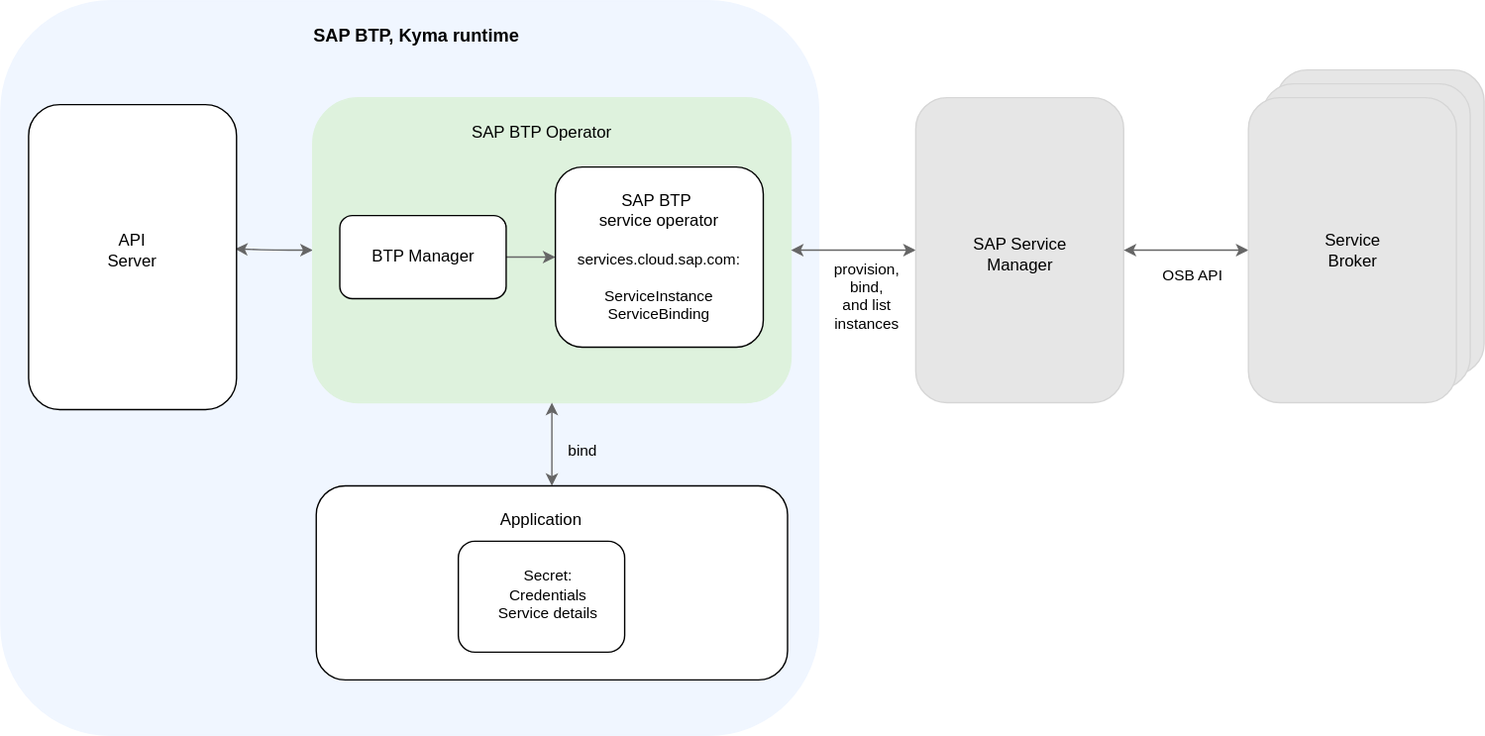
The draw.io diagram docs/assets/BtpOperator_architecture.drawio.svg in kyma-project/btp-manager, before a commit. Source tidied: cells renumbered, new cells last; positions are measured from the earlier drawing's top-left corner, leaving out a move shared by most shapes.
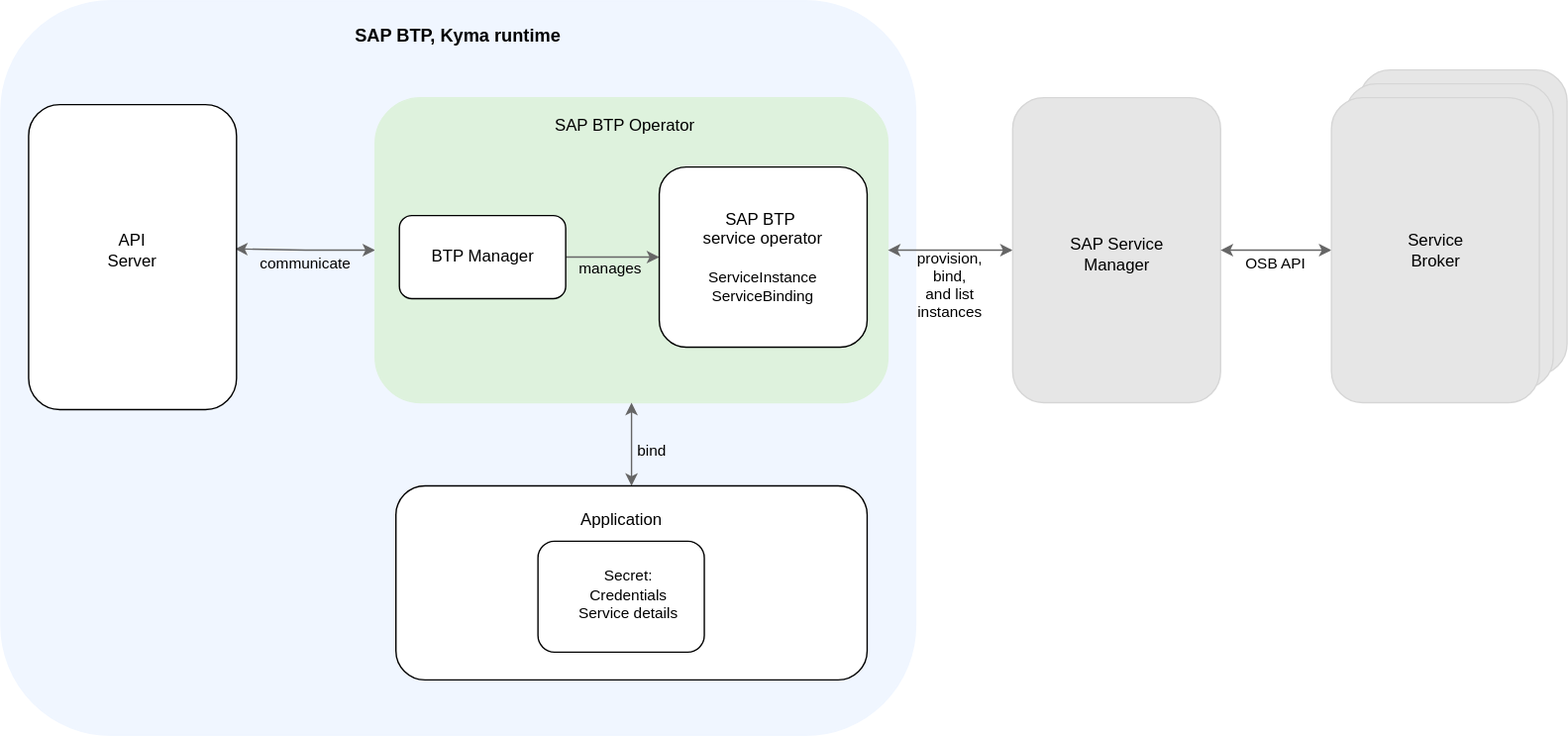
The same diagram one commit later.

The edit, as a diff of the source:
```diff
@@ -3,25 +3,25 @@
     <mxCell id="0" />
     <mxCell id="1" parent="0" />
     <mxCell id="2" style="rounded=1;whiteSpace=wrap;html=1;strokeColor=#d6d6d6;fillColor=#e6e6e6;" parent="1" vertex="1">
-      <mxGeometry x="920" y="50" width="150" height="220" as="geometry" />
+      <mxGeometry x="930" y="50" width="150" height="220" as="geometry" />
     </mxCell>
     <mxCell id="3" style="rounded=1;whiteSpace=wrap;html=1;strokeColor=#d6d6d6;fillColor=#e6e6e6;" parent="1" vertex="1">
-      <mxGeometry x="910" y="60" width="150" height="220" as="geometry" />
+      <mxGeometry x="920" y="60" width="150" height="220" as="geometry" />
     </mxCell>
     <mxCell id="4" style="rounded=1;whiteSpace=wrap;html=1;fillColor=#f0f6ff;strokeColor=#f0f6ff;" parent="1" vertex="1">
-      <mxGeometry width="590" height="530" as="geometry" />
+      <mxGeometry x="-50" width="660" height="530" as="geometry" />
     </mxCell>
     <mxCell id="5" value="&lt;b&gt;&lt;font style=&quot;font-size: 13px;&quot;&gt;SAP BTP, Kyma runtime&lt;/font&gt;&lt;/b&gt;" style="text;html=1;align=center;verticalAlign=middle;whiteSpace=wrap;rounded=0;" parent="1" vertex="1">
-      <mxGeometry x="220.9" y="10" width="158.1" height="30" as="geometry" />
+      <mxGeometry x="200.9" y="10" width="158.1" height="30" as="geometry" />
     </mxCell>
     <mxCell id="6" style="edgeStyle=orthogonalEdgeStyle;rounded=1;jettySize=auto;html=1;startArrow=classic;startFill=1;curved=0;strokeColor=#666666;entryX=0.993;entryY=0.473;entryDx=0;entryDy=0;entryPerimeter=0;" parent="1" edge="1" source="7" target="25">
       <mxGeometry relative="1" as="geometry" />
     </mxCell>
     <mxCell id="7" style="rounded=1;whiteSpace=wrap;html=1;fillColor=#def2dd;strokeColor=#def2dd;" parent="1" vertex="1">
-      <mxGeometry x="225" y="70" width="345" height="220" as="geometry" />
+      <mxGeometry x="220" y="70" width="370" height="220" as="geometry" />
     </mxCell>
     <mxCell id="8" value="SAP BTP Operator" style="text;html=1;align=center;verticalAlign=middle;whiteSpace=wrap;rounded=0;" parent="1" vertex="1">
-      <mxGeometry x="334.5" y="80" width="111" height="30" as="geometry" />
+      <mxGeometry x="344.5" y="75" width="111" height="30" as="geometry" />
     </mxCell>
     <mxCell id="9" value="Text" style="text;html=1;align=center;verticalAlign=middle;whiteSpace=wrap;rounded=0;" parent="1" vertex="1">
       <mxGeometry x="274.5" y="145" width="60" height="30" as="geometry" />
@@ -30,25 +30,25 @@
       <mxGeometry relative="1" as="geometry" />
     </mxCell>
     <mxCell id="11" value="BTP Manager" style="rounded=1;whiteSpace=wrap;html=1;" parent="1" vertex="1">
-      <mxGeometry x="244.5" y="155" width="120" height="60" as="geometry" />
+      <mxGeometry x="237.5" y="155" width="120" height="60" as="geometry" />
     </mxCell>
-    <mxCell id="12" value="SAP BTP&amp;nbsp;&lt;div&gt;service operator&lt;/div&gt;&lt;div&gt;&lt;br&gt;&lt;/div&gt;&lt;div style=&quot;font-size: 11px;&quot;&gt;&lt;font style=&quot;font-size: 11px;&quot;&gt;services.cloud.sap.com:&lt;/font&gt;&lt;/div&gt;&lt;div style=&quot;font-size: 11px;&quot;&gt;&lt;font style=&quot;font-size: 11px;&quot;&gt;&lt;br&gt;&lt;/font&gt;&lt;/div&gt;&lt;div style=&quot;font-size: 11px;&quot;&gt;&lt;font style=&quot;font-size: 11px;&quot;&gt;ServiceInstance&lt;/font&gt;&lt;/div&gt;&lt;div style=&quot;font-size: 11px;&quot;&gt;&lt;font style=&quot;font-size: 11px;&quot;&gt;ServiceBinding&lt;/font&gt;&lt;/div&gt;" style="rounded=1;whiteSpace=wrap;html=1;" parent="1" vertex="1">
-      <mxGeometry x="400" y="120" width="150" height="130" as="geometry" />
+    <mxCell id="12" value="SAP BTP&amp;nbsp;&lt;div&gt;service operator&lt;/div&gt;&lt;div&gt;&lt;br&gt;&lt;/div&gt;&lt;div style=&quot;font-size: 11px;&quot;&gt;&lt;font style=&quot;font-size: 11px;&quot;&gt;ServiceInstance&lt;/font&gt;&lt;/div&gt;&lt;div style=&quot;font-size: 11px;&quot;&gt;&lt;font style=&quot;font-size: 11px;&quot;&gt;ServiceBinding&lt;/font&gt;&lt;/div&gt;" style="rounded=1;whiteSpace=wrap;html=1;" parent="1" vertex="1">
+      <mxGeometry x="425" y="120" width="150" height="130" as="geometry" />
     </mxCell>
     <mxCell id="13" style="edgeStyle=orthogonalEdgeStyle;rounded=1;jettySize=auto;html=1;startArrow=classic;startFill=1;curved=0;strokeColor=#666666;entryX=0.5;entryY=1;entryDx=0;entryDy=0;" parent="1" edge="1" source="14" target="7">
       <mxGeometry relative="1" as="geometry" />
     </mxCell>
     <mxCell id="14" style="rounded=1;whiteSpace=wrap;html=1;" parent="1" vertex="1">
-      <mxGeometry x="227.5" y="350" width="340" height="140" as="geometry" />
+      <mxGeometry x="235" y="350" width="340" height="140" as="geometry" />
     </mxCell>
     <mxCell id="15" value="Application" style="text;html=1;align=center;verticalAlign=middle;whiteSpace=wrap;rounded=0;" parent="1" vertex="1">
-      <mxGeometry x="360" y="360" width="60" height="30" as="geometry" />
+      <mxGeometry x="367.5" y="360" width="60" height="30" as="geometry" />
     </mxCell>
     <mxCell id="16" style="rounded=1;whiteSpace=wrap;html=1;" parent="1" vertex="1">
-      <mxGeometry x="330" y="390" width="120" height="80" as="geometry" />
+      <mxGeometry x="337.5" y="390" width="120" height="80" as="geometry" />
     </mxCell>
     <mxCell id="17" value="&lt;font style=&quot;font-size: 11px;&quot;&gt;Secret:&lt;/font&gt;&lt;div style=&quot;font-size: 11px;&quot;&gt;&lt;font style=&quot;font-size: 11px;&quot;&gt;Credentials&lt;/font&gt;&lt;/div&gt;&lt;div style=&quot;font-size: 11px;&quot;&gt;&lt;font style=&quot;font-size: 11px;&quot;&gt;Service details&lt;/font&gt;&lt;/div&gt;" style="text;html=1;align=center;verticalAlign=middle;whiteSpace=wrap;rounded=0;" parent="1" vertex="1">
-      <mxGeometry x="350" y="415" width="90" height="25" as="geometry" />
+      <mxGeometry x="357.5" y="415" width="90" height="25" as="geometry" />
     </mxCell>
     <mxCell id="18" value="&lt;font style=&quot;font-size: 11px;&quot;&gt;bind&lt;/font&gt;" style="text;html=1;align=center;verticalAlign=middle;whiteSpace=wrap;rounded=0;" parent="1" vertex="1">
       <mxGeometry x="390" y="310" width="60" height="30" as="geometry" />
@@ -57,31 +57,37 @@
       <mxGeometry relative="1" as="geometry" />
     </mxCell>
     <mxCell id="20" style="rounded=1;whiteSpace=wrap;html=1;strokeColor=#d6d6d6;fillColor=#e6e6e6;" parent="1" vertex="1">
-      <mxGeometry x="660" y="70" width="150" height="220" as="geometry" />
+      <mxGeometry x="680" y="70" width="150" height="220" as="geometry" />
     </mxCell>
     <mxCell id="21" value="&lt;font style=&quot;font-size: 11px;&quot;&gt;provision,&lt;/font&gt;&lt;div style=&quot;font-size: 11px;&quot;&gt;&lt;font style=&quot;font-size: 11px;&quot;&gt;bind,&lt;/font&gt;&lt;/div&gt;&lt;div style=&quot;font-size: 11px;&quot;&gt;&lt;font style=&quot;font-size: 11px;&quot;&gt;and list instances&lt;/font&gt;&lt;/div&gt;" style="text;html=1;align=center;verticalAlign=middle;whiteSpace=wrap;rounded=0;" parent="1" vertex="1">
-      <mxGeometry x="600" y="185" width="50" height="55" as="geometry" />
+      <mxGeometry x="610" y="177.5" width="50" height="55" as="geometry" />
     </mxCell>
     <mxCell id="22" style="edgeStyle=orthogonalEdgeStyle;rounded=1;jettySize=auto;html=1;startArrow=classic;startFill=1;curved=0;strokeColor=#666666;" parent="1" edge="1" source="23" target="20">
       <mxGeometry relative="1" as="geometry" />
     </mxCell>
     <mxCell id="23" style="rounded=1;whiteSpace=wrap;html=1;strokeColor=#d6d6d6;fillColor=#e6e6e6;" parent="1" vertex="1">
-      <mxGeometry x="900" y="70" width="150" height="220" as="geometry" />
+      <mxGeometry x="910" y="70" width="150" height="220" as="geometry" />
     </mxCell>
     <mxCell id="24" value="&lt;font style=&quot;font-size: 11px;&quot;&gt;OSB API&lt;/font&gt;" style="text;html=1;align=center;verticalAlign=middle;whiteSpace=wrap;rounded=0;" parent="1" vertex="1">
-      <mxGeometry x="820" y="185" width="80" height="25" as="geometry" />
+      <mxGeometry x="830" y="177.5" width="80" height="25" as="geometry" />
     </mxCell>
     <mxCell id="25" style="rounded=1;whiteSpace=wrap;html=1;" parent="1" vertex="1">
-      <mxGeometry x="20" y="75" width="150" height="220" as="geometry" />
+      <mxGeometry x="-30" y="75" width="150" height="220" as="geometry" />
     </mxCell>
     <mxCell id="26" value="API Server" style="text;html=1;align=center;verticalAlign=middle;whiteSpace=wrap;rounded=0;" parent="1" vertex="1">
-      <mxGeometry x="65" y="165" width="60" height="30" as="geometry" />
+      <mxGeometry x="15" y="165" width="60" height="30" as="geometry" />
     </mxCell>
     <mxCell id="27" value="SAP Service Manager" style="text;html=1;align=center;verticalAlign=middle;whiteSpace=wrap;rounded=0;" parent="1" vertex="1">
-      <mxGeometry x="697.5" y="165" width="75" height="35" as="geometry" />
+      <mxGeometry x="717.5" y="165" width="75" height="35" as="geometry" />
     </mxCell>
     <mxCell id="28" value="Service Broker" style="text;html=1;align=center;verticalAlign=middle;whiteSpace=wrap;rounded=0;" parent="1" vertex="1">
-      <mxGeometry x="947.5" y="165" width="55" height="30" as="geometry" />
+      <mxGeometry x="957.5" y="165" width="55" height="30" as="geometry" />
     </mxCell>
+    <mxCell id="29" value="communicate" style="text;html=1;align=center;verticalAlign=middle;whiteSpace=wrap;rounded=0;fontSize=11;" parent="1" vertex="1">
+      <mxGeometry x="140" y="175" width="60" height="30" as="geometry" />
+    </mxCell>
+    <mxCell id="30" value="&lt;font style=&quot;font-size: 11px;&quot;&gt;manages&lt;/font&gt;" style="text;html=1;align=center;verticalAlign=middle;whiteSpace=wrap;rounded=0;" parent="1" vertex="1">
+      <mxGeometry x="360" y="177.5" width="60" height="30" as="geometry" />
+    </mxCell>
   </root>
 </mxGraphModel>
```
